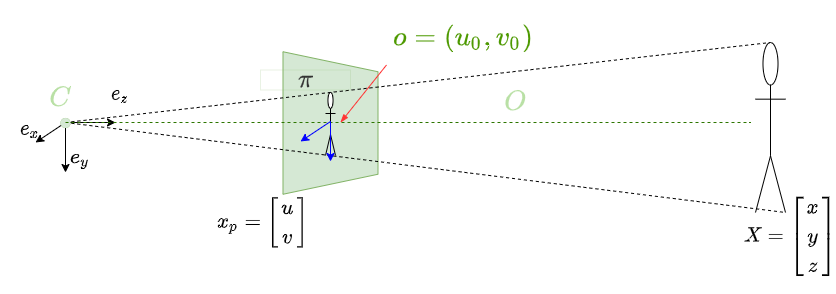
Above: graphics/td_scene.png in Myralllka/bachelor_thesis (draw.io), before the change. Source tidied: cells renumbered, new cells last; positions are measured from the earlier drawing's top-left corner, leaving out a move shared by most shapes.
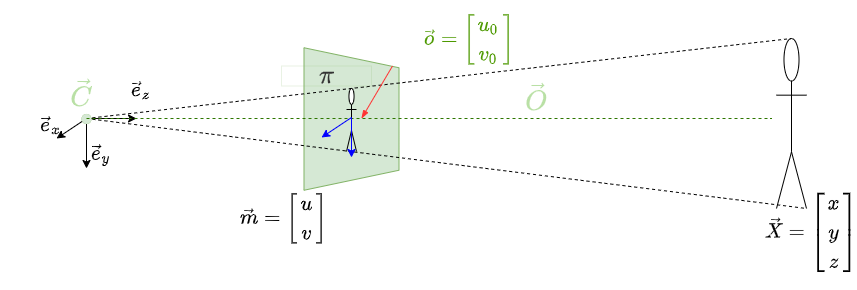
The same diagram one commit later.

The edit, as a diff of the source:
```diff
@@ -45,7 +45,7 @@
     <mxCell id="11" style="ellipse;whiteSpace=wrap;html=1;fontSize=22;strokeWidth=0;fillColor=#d5e8d4;strokeColor=#82b366;" parent="1" vertex="1">
       <mxGeometry x="60" y="105.5" width="10" height="10" as="geometry" />
     </mxCell>
-    <mxCell id="12" value="&lt;font color=&quot;#b9e0a5&quot;&gt;$$C$$&lt;/font&gt;" style="text;html=1;strokeColor=none;fillColor=none;align=center;verticalAlign=middle;whiteSpace=wrap;rounded=0;fontSize=22;" parent="1" vertex="1">
+    <mxCell id="12" value="&lt;font color=&quot;#b9e0a5&quot;&gt;$$\vec{C}$$&lt;/font&gt;" style="text;html=1;strokeColor=none;fillColor=none;align=center;verticalAlign=middle;whiteSpace=wrap;rounded=0;fontSize=22;" parent="1" vertex="1">
       <mxGeometry x="50" y="77.5" width="20" height="17.5" as="geometry" />
     </mxCell>
     <mxCell id="13" style="endArrow=none;html=1;rounded=0;fontSize=22;fontColor=#B9E0A5;strokeColor=#2D7600;dashed=1;endFill=0;fillColor=#60a917;" parent="1" edge="1">
@@ -54,11 +54,11 @@
         <mxPoint x="750" y="110" as="targetPoint" />
       </mxGeometry>
     </mxCell>
-    <mxCell id="14" value="&lt;font color=&quot;#b9e0a5&quot;&gt;$$O$$&lt;/font&gt;" style="text;html=1;strokeColor=none;fillColor=none;align=center;verticalAlign=middle;whiteSpace=wrap;rounded=0;fontSize=22;" parent="1" vertex="1">
+    <mxCell id="14" value="&lt;font color=&quot;#b9e0a5&quot;&gt;$$\vec{O}$$&lt;/font&gt;" style="text;html=1;strokeColor=none;fillColor=none;align=center;verticalAlign=middle;whiteSpace=wrap;rounded=0;fontSize=22;" parent="1" vertex="1">
       <mxGeometry x="505" y="81" width="20" height="17.5" as="geometry" />
     </mxCell>
-    <mxCell id="15" value="&lt;font color=&quot;#4d9900&quot;&gt;$$o = (u_0, v_0)$$&lt;/font&gt;" style="text;html=1;strokeColor=none;fillColor=none;align=center;verticalAlign=middle;whiteSpace=wrap;rounded=0;fontSize=22;" parent="1" vertex="1">
-      <mxGeometry x="386" width="154" height="52.5" as="geometry" />
+    <mxCell id="15" value="&lt;span style=&quot;font-size: 16px&quot;&gt;&lt;font color=&quot;#4d9900&quot;&gt;$$ \vec{o} = \begin{bmatrix} u_0 \\ v_0 \end{bmatrix}$$&lt;/font&gt;&lt;/span&gt;" style="text;html=1;strokeColor=none;fillColor=none;align=center;verticalAlign=middle;whiteSpace=wrap;rounded=0;fontSize=22;" parent="1" vertex="1">
+      <mxGeometry x="371" y="5" width="154" height="52.5" as="geometry" />
     </mxCell>
     <mxCell id="16" style="endArrow=classic;html=1;rounded=0;fontSize=22;fontColor=#B9E0A5;strokeColor=#0000FF;fillColor=#dae8fc;jumpSize=6;strokeWidth=1;" parent="1" edge="1">
       <mxGeometry relative="1" as="geometry">
@@ -72,13 +72,13 @@
         <mxPoint x="330" y="149" as="targetPoint" />
       </mxGeometry>
     </mxCell>
-    <mxCell id="18" value="&lt;span style=&quot;font-size: 16px&quot;&gt;$$ x_p = \begin{bmatrix} u \\ v \end{bmatrix}$$&lt;/span&gt;" style="text;html=1;align=center;verticalAlign=middle;whiteSpace=wrap;rounded=0;fontSize=22;" parent="1" vertex="1">
+    <mxCell id="18" value="&lt;span style=&quot;font-size: 16px&quot;&gt;$$ \vec{m} = \begin{bmatrix} u \\ v \end{bmatrix}$$&lt;/span&gt;" style="text;html=1;align=center;verticalAlign=middle;whiteSpace=wrap;rounded=0;fontSize=22;" parent="1" vertex="1">
       <mxGeometry x="220" y="180.8" width="85" height="58.2" as="geometry" />
     </mxCell>
-    <mxCell id="19" value="&lt;font style=&quot;font-size: 16px&quot;&gt;$$X = \begin{bmatrix} x \\ y \\ z\end{bmatrix}$$&lt;/font&gt;" style="text;html=1;align=center;verticalAlign=middle;whiteSpace=wrap;rounded=0;fontSize=13;" parent="1" vertex="1">
+    <mxCell id="19" value="&lt;font style=&quot;font-size: 16px&quot;&gt;$$\vec{X} = \begin{bmatrix} x \\ y \\ z\end{bmatrix}$$&lt;/font&gt;" style="text;html=1;align=center;verticalAlign=middle;whiteSpace=wrap;rounded=0;fontSize=13;" parent="1" vertex="1">
       <mxGeometry x="745" y="209" width="90" height="30" as="geometry" />
     </mxCell>
-    <mxCell id="20" value="&lt;font color=&quot;#000000&quot; style=&quot;font-size: 16px&quot;&gt;$$e_z$$&lt;/font&gt;" style="text;html=1;strokeColor=none;fillColor=none;align=center;verticalAlign=middle;whiteSpace=wrap;rounded=0;sketch=0;fontSize=13;fontColor=#B9E0A5;" parent="1" vertex="1">
+    <mxCell id="20" value="&lt;font color=&quot;#000000&quot; style=&quot;font-size: 16px&quot;&gt;$$\vec{e}_z$$&lt;/font&gt;" style="text;html=1;strokeColor=none;fillColor=none;align=center;verticalAlign=middle;whiteSpace=wrap;rounded=0;sketch=0;fontSize=13;fontColor=#B9E0A5;" parent="1" vertex="1">
       <mxGeometry x="90" y="66.5" width="60" height="30" as="geometry" />
     </mxCell>
     <mxCell id="21" style="endArrow=blockThin;html=1;rounded=0;fontSize=13;fontColor=#000000;strokeColor=#FF3333;strokeWidth=1;jumpSize=6;exitX=0;exitY=1;exitDx=0;exitDy=0;endFill=1;" parent="1" edge="1" source="15">
@@ -89,10 +89,10 @@
     <mxCell id="22" style="edgeStyle=orthogonalEdgeStyle;rounded=0;orthogonalLoop=1;jettySize=auto;html=1;exitX=0.5;exitY=1;exitDx=0;exitDy=0;fontSize=16;fontColor=#000000;" parent="1" edge="1" source="18" target="18">
       <mxGeometry relative="1" as="geometry" />
     </mxCell>
-    <mxCell id="23" value="&lt;font color=&quot;#000000&quot; style=&quot;font-size: 16px&quot;&gt;$$e_y$$&lt;/font&gt;" style="text;html=1;strokeColor=none;fillColor=none;align=center;verticalAlign=middle;whiteSpace=wrap;rounded=0;sketch=0;fontSize=13;fontColor=#B9E0A5;" parent="1" vertex="1">
+    <mxCell id="23" value="&lt;font color=&quot;#000000&quot; style=&quot;font-size: 16px&quot;&gt;$$\vec{e}_y$$&lt;/font&gt;" style="text;html=1;strokeColor=none;fillColor=none;align=center;verticalAlign=middle;whiteSpace=wrap;rounded=0;sketch=0;fontSize=13;fontColor=#B9E0A5;" parent="1" vertex="1">
       <mxGeometry x="50" y="131.5" width="60" height="30" as="geometry" />
     </mxCell>
-    <mxCell id="24" value="&lt;font color=&quot;#000000&quot; style=&quot;font-size: 16px&quot;&gt;$$e_x$$&lt;/font&gt;" style="text;html=1;strokeColor=none;fillColor=none;align=center;verticalAlign=middle;whiteSpace=wrap;rounded=0;sketch=0;fontSize=13;fontColor=#B9E0A5;" parent="1" vertex="1">
+    <mxCell id="24" value="&lt;font color=&quot;#000000&quot; style=&quot;font-size: 16px&quot;&gt;$$\vec{e}_x$$&lt;/font&gt;" style="text;html=1;strokeColor=none;fillColor=none;align=center;verticalAlign=middle;whiteSpace=wrap;rounded=0;sketch=0;fontSize=13;fontColor=#B9E0A5;" parent="1" vertex="1">
       <mxGeometry y="101.5" width="60" height="30" as="geometry" />
     </mxCell>
   </root>
```
